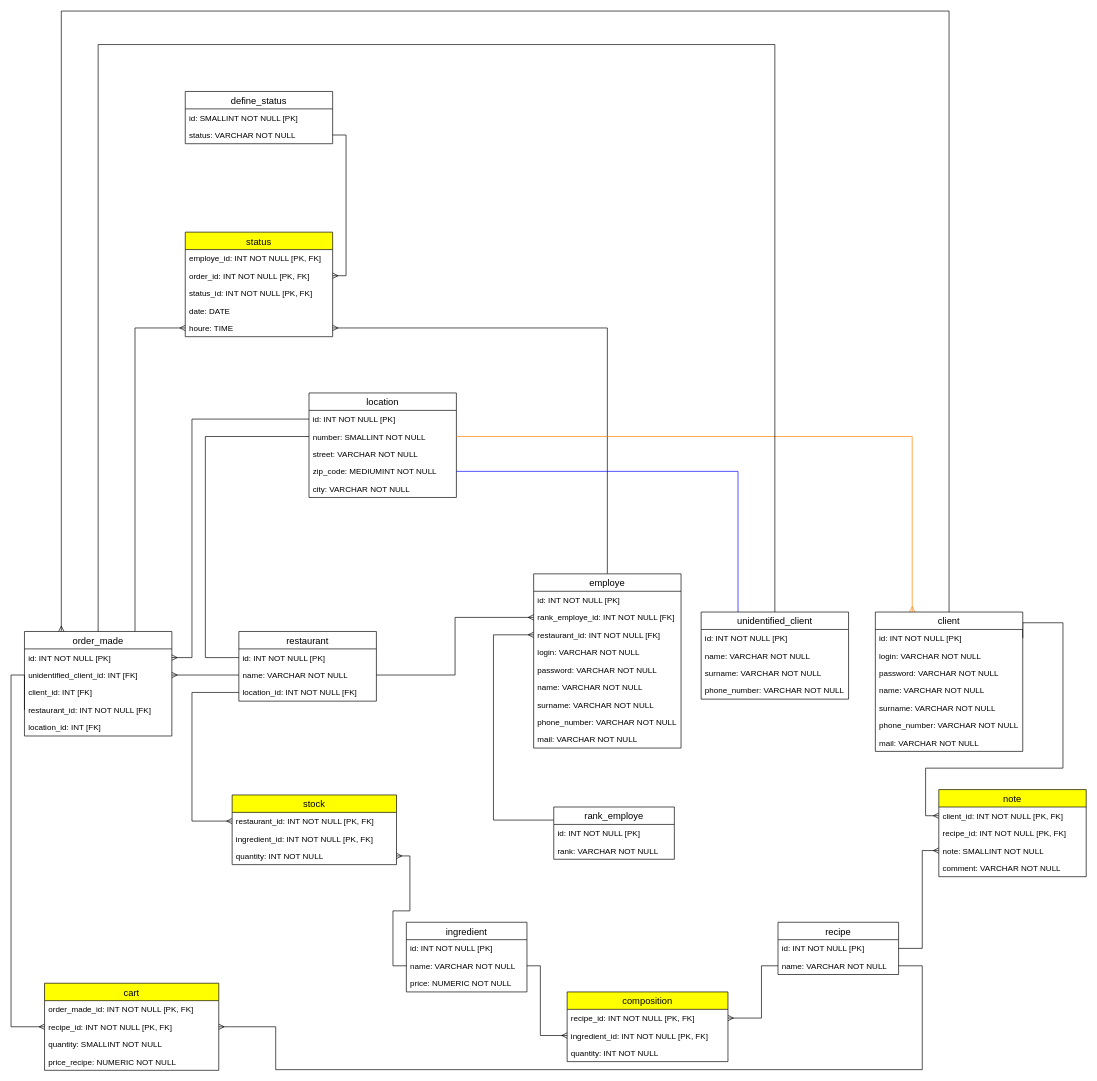
The draw.io diagram MPD.drawio in damien-devpy/OC-P6, before the edit. Source tidied: cells renumbered, new cells numbered last; positions are measured from the earlier drawing's top-left corner, leaving out a move shared by most shapes. Both pictures are drawn from the tidied source at 67%, with x=0, y=0 at pixel (11, 11).
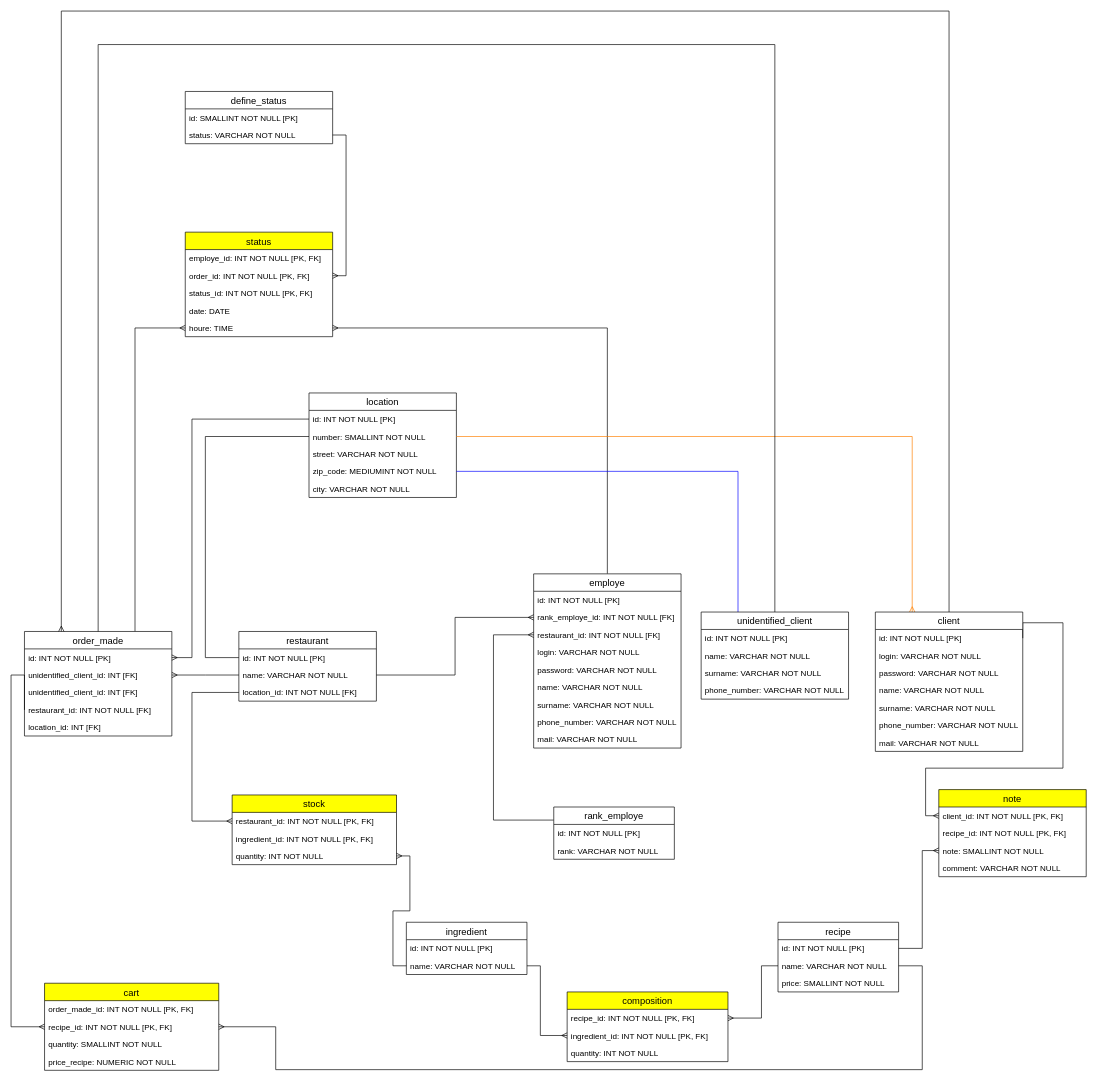
After the change.

Commit message (it also covers changes not shown here):
Add some data. Change the way model manage price

The change refers to these unchanged cells:
```xml
<mxCell id="33" value="order_made" style="swimlane;fontStyle=0;horizontal=1;startSize=26;align=center;fontSize=14;labelBackgroundColor=#ffffff;strokeColor=#000000;" parent="1" vertex="1">
  <mxGeometry x="20" y="926" width="220" height="156" as="geometry" />
</mxCell>
```

Change to the diagram source:
```diff
@@
-    <mxCell id="36" value="client_id: INT [FK]" style="text;strokeColor=none;fillColor=none;spacingLeft=4;spacingRight=4;overflow=hidden;fontSize=12;" parent="33" vertex="1">
+    <mxCell id="36" value="unidentified_client_id: INT [FK]" style="text;strokeColor=none;fillColor=none;spacingLeft=4;spacingRight=4;overflow=hidden;fontSize=12;" parent="33" vertex="1">
       <mxGeometry y="78" width="220" height="26" as="geometry" />
     </mxCell>
@@
     <mxCell id="52" value="recipe" style="swimlane;fontStyle=0;horizontal=1;startSize=26;align=center;fontSize=14;" parent="1" vertex="1">
-      <mxGeometry x="1144.7" y="1360" width="180" height="78" as="geometry" />
+      <mxGeometry x="1144.7" y="1360" width="180" height="104" as="geometry" />
     </mxCell>
@@
+    <mxCell id="98" value="price: SMALLINT NOT NULL" style="text;strokeColor=none;fillColor=none;spacingLeft=4;spacingRight=4;overflow=hidden;fontSize=12;labelBackgroundColor=#ffffff;" parent="52" vertex="1">
+      <mxGeometry y="78" width="180" height="26" as="geometry" />
+    </mxCell>
     <mxCell id="55" value="ingredient" style="swimlane;fontStyle=0;horizontal=1;startSize=26;align=center;fontSize=14;" parent="1" vertex="1">
-      <mxGeometry x="590" y="1360" width="180" height="104" as="geometry" />
+      <mxGeometry x="590" y="1360" width="180" height="78" as="geometry" />
     </mxCell>
@@
-    <mxCell id="58" value="price: NUMERIC NOT NULL" style="text;strokeColor=none;fillColor=none;spacingLeft=4;spacingRight=4;overflow=hidden;fontSize=12;" parent="55" vertex="1">
-      <mxGeometry y="78" width="180" height="26" as="geometry" />
-    </mxCell>
```
